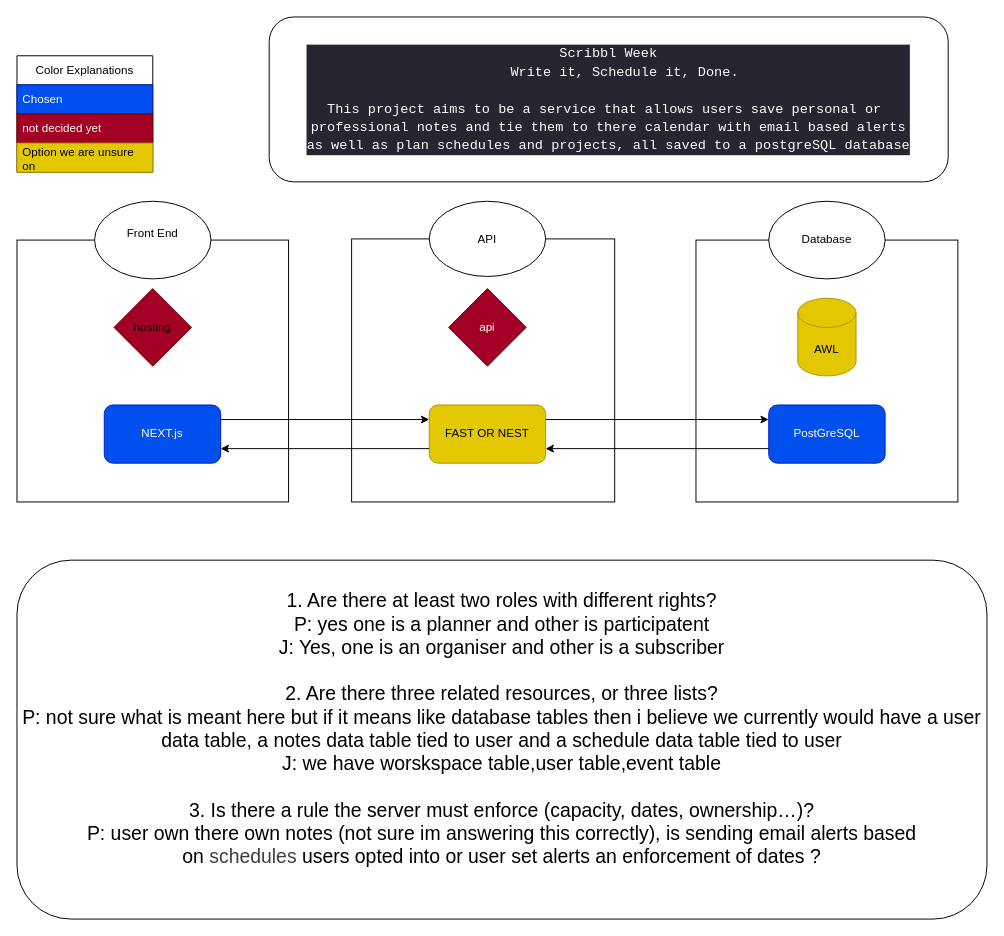
Earlier version of the draw.io diagram Scribbl.drawio (j12Ch05/Scribbl). Source tidied: cells renumbered, new cells numbered last; positions are measured from the earlier drawing's top-left corner, leaving out a move shared by most shapes. Both pictures are drawn from the tidied source at 97%, with x=0, y=0 at pixel (16, 16).
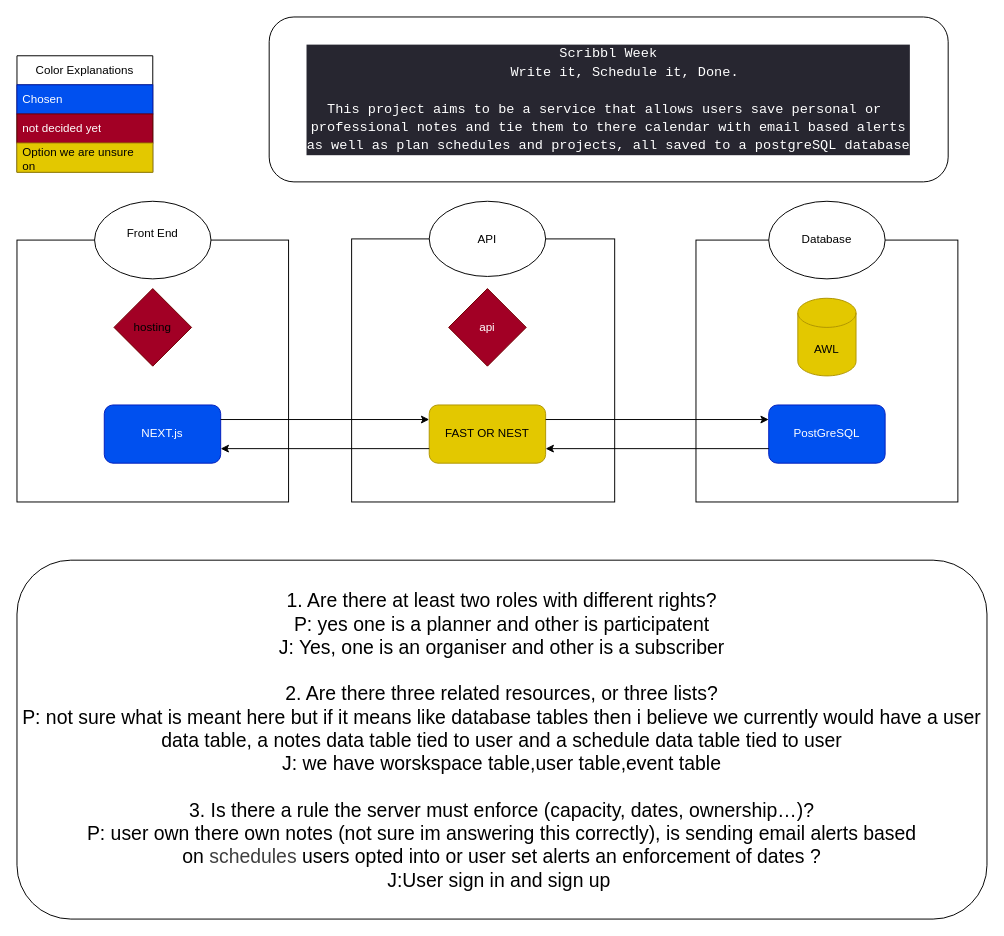
After the change.

Commit message:
Adding J answer for the last question

Diff of the diagram source:
```diff
@@
-    <mxCell id="26" value="&lt;font style=&quot;font-size: 20px;&quot;&gt;1. Are there at least two roles with different rights? &lt;br&gt;P: yes one is a planner and other is participatent&lt;/font&gt;&lt;div&gt;&lt;font style=&quot;font-size: 20px;&quot;&gt;J: Yes, one is an organiser and other is a subscriber&lt;/font&gt;&lt;/div&gt;&lt;div&gt;&lt;font style=&quot;font-size: 20px;&quot;&gt;&lt;br&gt;2. Are there three related resources, or three lists? &lt;br&gt;P: not sure what is meant here but if it means like database tables then i believe we currently would have a user data table, a notes data table tied to user and a schedule data table tied to user&lt;/font&gt;&lt;/div&gt;&lt;div&gt;&lt;font style=&quot;font-size: 20px;&quot;&gt;J: we have worskspace table,user table,event table&lt;br&gt;&lt;br&gt;3. Is there a rule the server must enforce (capacity, dates, ownership…)?&lt;br&gt;P: user own there own notes (not sure im answering this correctly), is sending email alerts based on&amp;nbsp;&lt;span style=&quot;color: rgb(63, 63, 63);&quot;&gt;schedules&lt;/span&gt;&amp;nbsp;users opted into or user set alerts an enforcement of dates ?&lt;/font&gt;&lt;/div&gt;&lt;div&gt;&lt;font style=&quot;font-size: 20px;&quot;&gt;&lt;br&gt;&lt;/font&gt;&lt;/div&gt;" style="rounded=1;whiteSpace=wrap;html=1;roundedPerimeter=1;" parent="1" vertex="1">
+    <mxCell id="26" value="&lt;font style=&quot;font-size: 20px;&quot;&gt;1. Are there at least two roles with different rights? &lt;br&gt;P: yes one is a planner and other is participatent&lt;/font&gt;&lt;div&gt;&lt;font style=&quot;font-size: 20px;&quot;&gt;J: Yes, one is an organiser and other is a subscriber&lt;/font&gt;&lt;/div&gt;&lt;div&gt;&lt;font style=&quot;font-size: 20px;&quot;&gt;&lt;br&gt;2. Are there three related resources, or three lists? &lt;br&gt;P: not sure what is meant here but if it means like database tables then i believe we currently would have a user data table, a notes data table tied to user and a schedule data table tied to user&lt;/font&gt;&lt;/div&gt;&lt;div&gt;&lt;font style=&quot;font-size: 20px;&quot;&gt;J: we have worskspace table,user table,event table&lt;br&gt;&lt;br&gt;3. Is there a rule the server must enforce (capacity, dates, ownership…)?&lt;br&gt;P: user own there own notes (not sure im answering this correctly), is sending email alerts based on&amp;nbsp;&lt;span style=&quot;color: rgb(63, 63, 63);&quot;&gt;schedules&lt;/span&gt;&amp;nbsp;users opted into or user set alerts an enforcement of dates ?&lt;/font&gt;&lt;/div&gt;&lt;div&gt;&lt;font style=&quot;font-size: 20px;&quot;&gt;J:User sign in and sign up&amp;nbsp;&lt;/font&gt;&lt;/div&gt;" style="rounded=1;whiteSpace=wrap;html=1;roundedPerimeter=1;" parent="1" vertex="1">
       <mxGeometry y="560" width="1000" height="370" as="geometry" />
     </mxCell>
```
